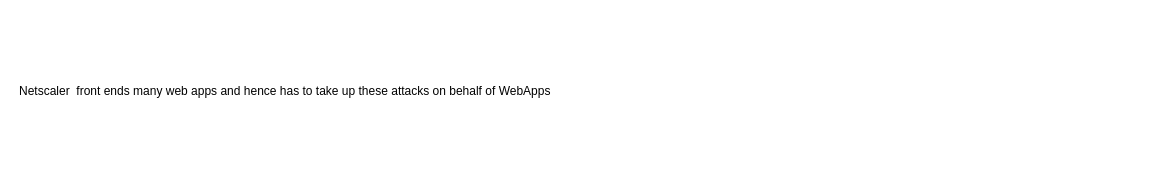
Earlier version of the draw.io diagram page "Page-2" (2 of 6) of HttpAttack Tools - study.drawio (premkumarsj/drawio). Source tidied: cells renumbered, new cells numbered last; positions are measured from the earlier drawing's top-left corner, leaving out a move shared by most shapes. Both pictures are drawn from the tidied source at 100%, with x=0, y=0 at pixel (17, 81).
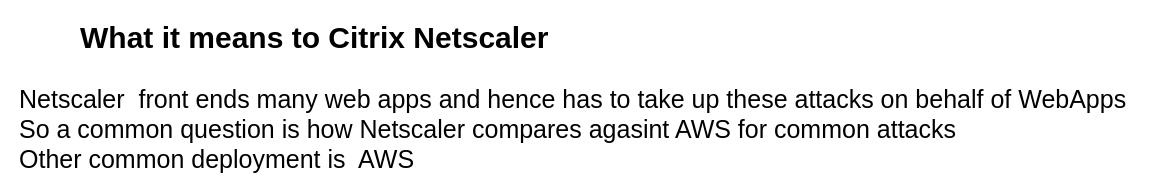
Above is the later version.

Diff of the diagram source:
```diff
@@
 <mxGraphModel>
   <root>
     <mxCell id="0" />
     <mxCell id="1" parent="0" />
-    <mxCell id="2" value="Netscaler&amp;nbsp; front ends many web apps and hence has to take up these attacks on behalf of WebApps&amp;nbsp;&lt;br&gt;" style="text;html=1;align=left;verticalAlign=top;spacingTop=-4;" parent="1" vertex="1">
-      <mxGeometry width="550" height="20" as="geometry" />
+    <mxCell id="2" value="Netscaler&amp;nbsp; front ends many web apps and hence has to take up these attacks on behalf of WebApps&amp;nbsp;&lt;br style=&quot;font-size: 25px;&quot;&gt;So a common question is how Netscaler compares agasint AWS for common attacks&amp;nbsp;&lt;br style=&quot;font-size: 25px;&quot;&gt;Other common deployment is&amp;nbsp; AWS&amp;nbsp;" style="text;html=1;align=left;verticalAlign=top;spacingTop=-4;fontSize=25;" parent="1" vertex="1">
+      <mxGeometry width="550" height="40" as="geometry" />
     </mxCell>
+    <mxCell id="3" value="What it means to Citrix Netscaler&amp;nbsp;" style="text;html=1;align=left;verticalAlign=top;spacingTop=-4;fontSize=30;fontStyle=1;" parent="1" vertex="1">
+      <mxGeometry x="61" y="-64" width="190" height="20" as="geometry" />
+    </mxCell>
   </root>
 </mxGraphModel>
```
